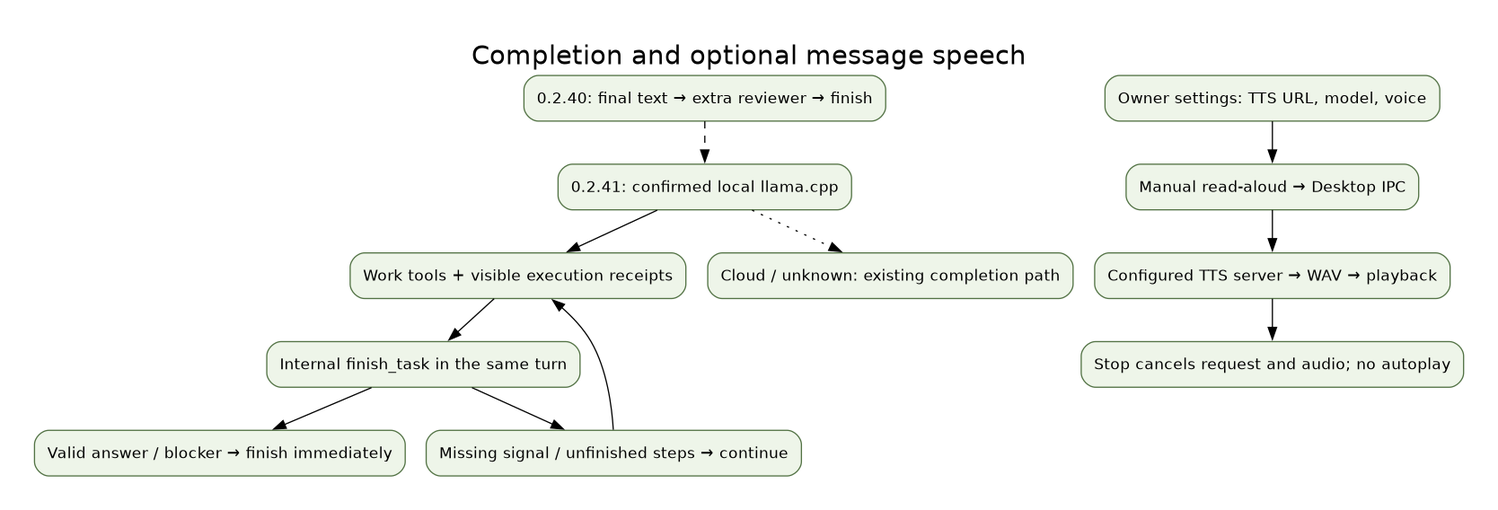
This is docs/architecture/finish-tts-en.png from Endorpheen/Igorek-Harness, a Graphviz export, as it was before one commit. Its source is kept beside it as docs/architecture/finish-tts-en.dot. Source of this version:
```dot
digraph release {
graph [rankdir=TB,bgcolor="white",pad="0.4",fontname="DejaVu Sans",labelloc=t,fontsize=22,label="Completion and optional message speech"];
node [shape=box,style="rounded,filled",fillcolor="#eef5e9",color="#527244",fontname="DejaVu Sans",fontsize=13,margin="0.15"];
n0 [label="0.2.40: final text → extra reviewer → finish"];
n1 [label="0.2.41: confirmed local llama.cpp"];
n2 [label="Work tools + visible execution receipts"];
n3 [label="Internal finish_task in the same turn"];
n4 [label="Valid answer / blocker → finish immediately"];
n5 [label="Missing signal / unfinished steps → continue"];
n6 [label="Cloud / unknown: existing completion path"];
n7 [label="Owner settings: TTS URL, model, voice"];
n8 [label="Manual read-aloud → Desktop IPC"];
n9 [label="Configured TTS server → WAV → playback"];
n10 [label="Stop cancels request and audio; no autoplay"];
n0->n1 [style=dashed]; n1->n2; n2->n3; n3->n4; n3->n5; n5->n2; n1->n6 [style=dotted]; n7->n8; n8->n9; n9->n10;
}
```
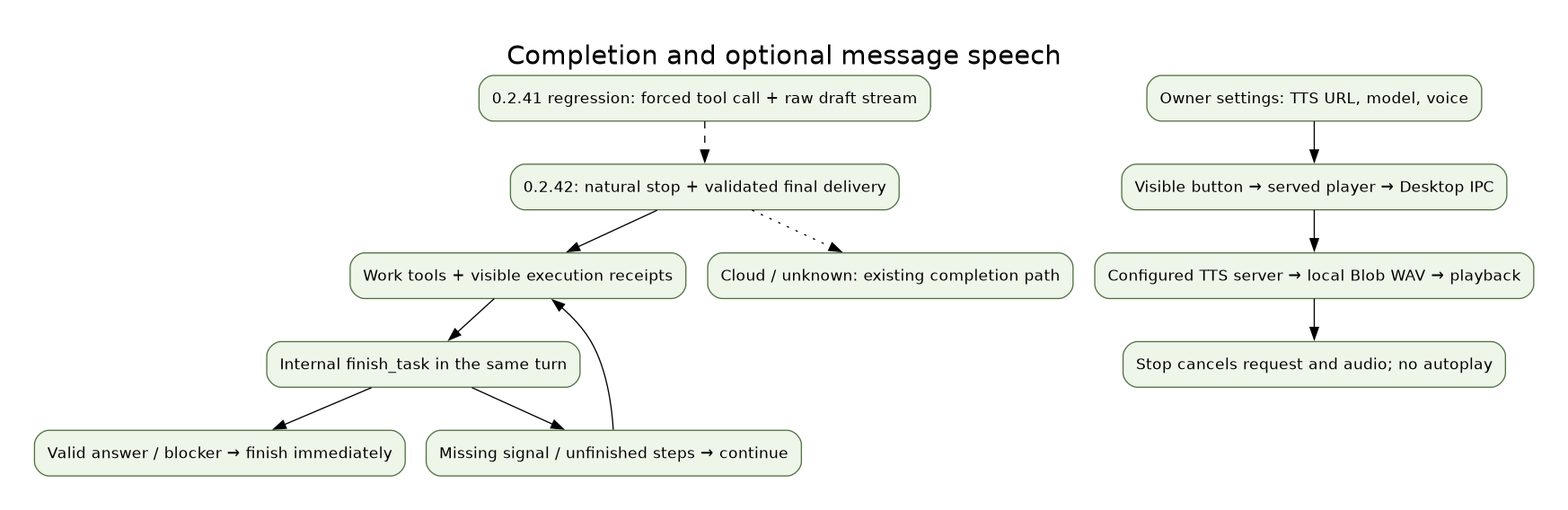
The same file after the commit.

Change to the diagram source:
```diff
@@ -1,16 +1,16 @@
 digraph release {
 graph [rankdir=TB,bgcolor="white",pad="0.4",fontname="DejaVu Sans",labelloc=t,fontsize=22,label="Completion and optional message speech"];
 node [shape=box,style="rounded,filled",fillcolor="#eef5e9",color="#527244",fontname="DejaVu Sans",fontsize=13,margin="0.15"];
-n0 [label="0.2.40: final text → extra reviewer → finish"];
-n1 [label="0.2.41: confirmed local llama.cpp"];
+n0 [label="0.2.41 regression: forced tool call + raw draft stream"];
+n1 [label="0.2.42: natural stop + validated final delivery"];
 n2 [label="Work tools + visible execution receipts"];
 n3 [label="Internal finish_task in the same turn"];
 n4 [label="Valid answer / blocker → finish immediately"];
 n5 [label="Missing signal / unfinished steps → continue"];
 n6 [label="Cloud / unknown: existing completion path"];
 n7 [label="Owner settings: TTS URL, model, voice"];
-n8 [label="Manual read-aloud → Desktop IPC"];
-n9 [label="Configured TTS server → WAV → playback"];
+n8 [label="Visible button → served player → Desktop IPC"];
+n9 [label="Configured TTS server → local Blob WAV → playback"];
 n10 [label="Stop cancels request and audio; no autoplay"];
 n0->n1 [style=dashed]; n1->n2; n2->n3; n3->n4; n3->n5; n5->n2; n1->n6 [style=dotted]; n7->n8; n8->n9; n9->n10;
 }
```
